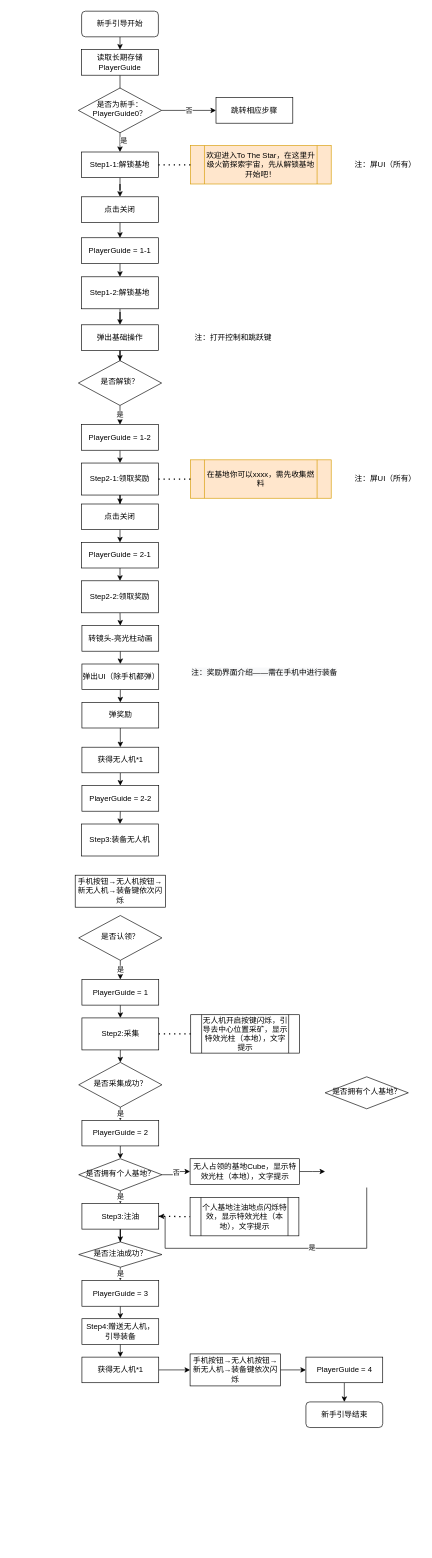
The draw.io diagram PlayerGuidev2.0.drawio in lilith-avatar-hyacinthhu/RushDuck, before the edit. Source tidied: cells renumbered, new cells numbered last; positions are measured from the earlier drawing's top-left corner, leaving out a move shared by most shapes. Both pictures are drawn from the tidied source at 64%, with x=0, y=0 at pixel (75, 11).
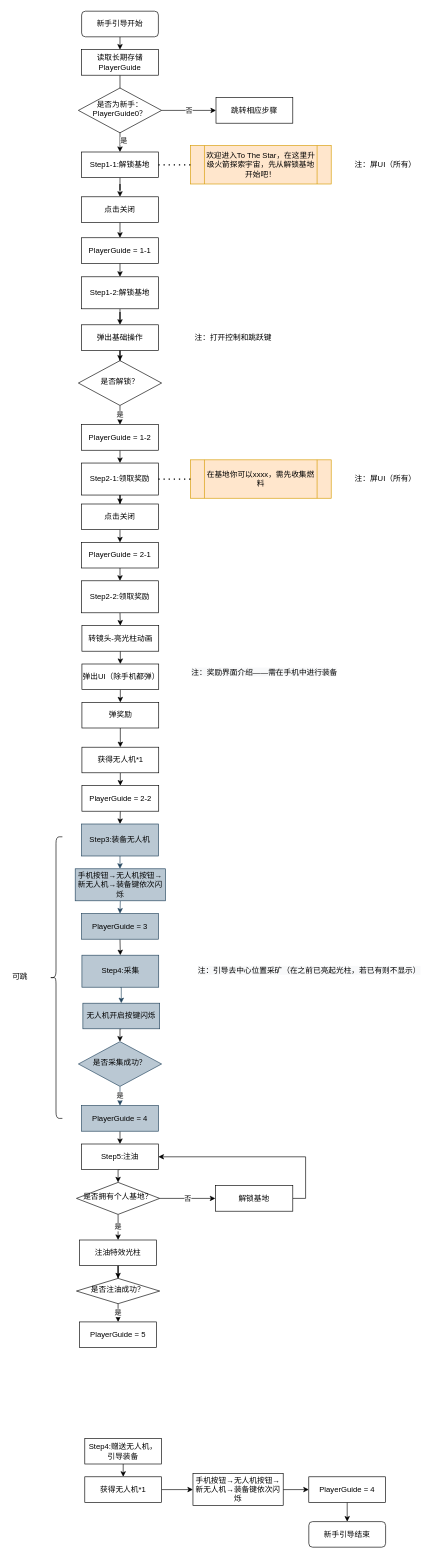
The same page after the edit.

Change to the diagram source:
```diff
@@
-    <mxCell id="12" value="是" style="edgeStyle=orthogonalEdgeStyle;rounded=0;jettySize=auto;html=1;exitX=0.5;exitY=1;exitDx=0;exitDy=0;entryX=0.5;entryY=0;entryDx=0;entryDy=0;" parent="1" edge="1" source="13" target="15">
-      <mxGeometry relative="1" as="geometry" />
-    </mxCell>
-    <mxCell id="13" value="是否认领？" style="rhombus;whiteSpace=wrap;html=1;shadow=0;fontFamily=Helvetica;fontSize=12;align=center;strokeWidth=1;spacing=6;spacingTop=-4;" parent="1" vertex="1">
-      <mxGeometry x="5.5" y="1413" width="130" height="70" as="geometry" />
-    </mxCell>
@@
-    <mxCell id="15" value="PlayerGuide = 1" style="rounded=0;whiteSpace=wrap;html=1;" parent="1" vertex="1">
-      <mxGeometry x="10.5" y="1513" width="120" height="40" as="geometry" />
+    <mxCell id="15" value="PlayerGuide = 3" style="rounded=0;whiteSpace=wrap;html=1;fillColor=#bac8d3;strokeColor=#23445d;" parent="1" vertex="1">
+      <mxGeometry x="10" y="1410" width="120" height="40" as="geometry" />
     </mxCell>
-    <mxCell id="16" style="edgeStyle=orthogonalEdgeStyle;rounded=0;jettySize=auto;html=1;exitX=0.5;exitY=1;exitDx=0;exitDy=0;entryX=0.5;entryY=0;entryDx=0;entryDy=0;" parent="1" edge="1" source="17" target="19">
-      <mxGeometry relative="1" as="geometry" />
-    </mxCell>
+    <mxCell id="90" style="edgeStyle=orthogonalEdgeStyle;rounded=0;jettySize=auto;html=1;exitX=0.5;exitY=1;exitDx=0;exitDy=0;entryX=0.5;entryY=0;entryDx=0;entryDy=0;fillColor=#bac8d3;strokeColor=#23445d;" parent="1" edge="1" source="17" target="96">
+      <mxGeometry relative="1" as="geometry" />
+    </mxCell>
-    <mxCell id="17" value="Step2:采集" style="rounded=0;whiteSpace=wrap;html=1;" parent="1" vertex="1">
-      <mxGeometry x="10.5" y="1573" width="120" height="50" as="geometry" />
+    <mxCell id="17" value="Step4:采集" style="rounded=0;whiteSpace=wrap;html=1;fillColor=#bac8d3;strokeColor=#23445d;" parent="1" vertex="1">
+      <mxGeometry x="10.5" y="1475" width="120" height="50" as="geometry" />
     </mxCell>
-    <mxCell id="18" value="是" style="edgeStyle=orthogonalEdgeStyle;rounded=0;jettySize=auto;html=1;exitX=0.5;exitY=1;exitDx=0;exitDy=0;entryX=0.5;entryY=0;entryDx=0;entryDy=0;" parent="1" edge="1" source="19" target="21">
+    <mxCell id="18" value="是" style="edgeStyle=orthogonalEdgeStyle;rounded=0;jettySize=auto;html=1;exitX=0.5;exitY=1;exitDx=0;exitDy=0;entryX=0.5;entryY=0;entryDx=0;entryDy=0;fillColor=#bac8d3;strokeColor=#23445d;" parent="1" edge="1" source="19" target="21">
       <mxGeometry relative="1" as="geometry" />
     </mxCell>
-    <mxCell id="19" value="是否采集成功？" style="rhombus;whiteSpace=wrap;html=1;shadow=0;fontFamily=Helvetica;fontSize=12;align=center;strokeWidth=1;spacing=6;spacingTop=-4;" parent="1" vertex="1">
-      <mxGeometry x="5.5" y="1642.5" width="130" height="70" as="geometry" />
+    <mxCell id="19" value="是否采集成功？" style="rhombus;whiteSpace=wrap;html=1;shadow=0;fontFamily=Helvetica;fontSize=12;align=center;strokeWidth=1;spacing=6;spacingTop=-4;fillColor=#bac8d3;strokeColor=#23445d;" parent="1" vertex="1">
+      <mxGeometry x="5" y="1610" width="130" height="70" as="geometry" />
     </mxCell>
-    <mxCell id="20" style="edgeStyle=orthogonalEdgeStyle;rounded=0;jettySize=auto;html=1;exitX=0.5;exitY=1;exitDx=0;exitDy=0;entryX=0.5;entryY=0;entryDx=0;entryDy=0;" parent="1" edge="1" source="21" target="45">
-      <mxGeometry relative="1" as="geometry" />
-    </mxCell>
+    <mxCell id="91" style="edgeStyle=orthogonalEdgeStyle;rounded=0;jettySize=auto;html=1;exitX=0.5;exitY=1;exitDx=0;exitDy=0;entryX=0.5;entryY=0;entryDx=0;entryDy=0;" parent="1" edge="1" source="21" target="99">
+      <mxGeometry relative="1" as="geometry" />
+    </mxCell>
-    <mxCell id="21" value="PlayerGuide = 2" style="rounded=0;whiteSpace=wrap;html=1;" parent="1" vertex="1">
-      <mxGeometry x="10.5" y="1733" width="120" height="40" as="geometry" />
+    <mxCell id="21" value="PlayerGuide = 4" style="rounded=0;whiteSpace=wrap;html=1;fillColor=#bac8d3;strokeColor=#23445d;" parent="1" vertex="1">
+      <mxGeometry x="10" y="1710" width="120" height="40" as="geometry" />
     </mxCell>
@@
-    <mxCell id="23" value="Step3:注油" style="rounded=0;whiteSpace=wrap;html=1;" parent="1" vertex="1">
-      <mxGeometry x="10.5" y="1863" width="120" height="40" as="geometry" />
+    <mxCell id="23" value="注油特效光柱" style="rounded=0;whiteSpace=wrap;html=1;" parent="1" vertex="1">
+      <mxGeometry x="7" y="1920" width="120" height="40" as="geometry" />
     </mxCell>
-    <mxCell id="24" value="是" style="edgeStyle=orthogonalEdgeStyle;rounded=0;jettySize=auto;html=1;exitX=0.5;exitY=1;exitDx=0;exitDy=0;" parent="1" edge="1" source="25">
-      <mxGeometry relative="1" as="geometry">
-        <mxPoint x="70.5" y="1983" as="targetPoint" />
-      </mxGeometry>
+    <mxCell id="24" value="是" style="edgeStyle=orthogonalEdgeStyle;rounded=0;jettySize=auto;html=1;exitX=0.5;exitY=1;exitDx=0;exitDy=0;" parent="1" edge="1" source="25" target="27">
+      <mxGeometry relative="1" as="geometry" />
     </mxCell>
     <mxCell id="25" value="是否注油成功？" style="rhombus;whiteSpace=wrap;html=1;shadow=0;fontFamily=Helvetica;fontSize=12;align=center;strokeWidth=1;spacing=6;spacingTop=-4;" parent="1" vertex="1">
-      <mxGeometry x="5.5" y="1923" width="130" height="39.5" as="geometry" />
+      <mxGeometry x="2" y="1980" width="130" height="39.5" as="geometry" />
     </mxCell>
-    <mxCell id="26" style="edgeStyle=orthogonalEdgeStyle;rounded=0;jettySize=auto;html=1;exitX=0.5;exitY=1;exitDx=0;exitDy=0;entryX=0.5;entryY=0;entryDx=0;entryDy=0;" parent="1" edge="1" source="27" target="29">
-      <mxGeometry relative="1" as="geometry" />
-    </mxCell>
-    <mxCell id="27" value="PlayerGuide = 3" style="rounded=0;whiteSpace=wrap;html=1;" parent="1" vertex="1">
-      <mxGeometry x="10.5" y="1983.5" width="120" height="40" as="geometry" />
+    <mxCell id="27" value="PlayerGuide = 5" style="rounded=0;whiteSpace=wrap;html=1;" parent="1" vertex="1">
+      <mxGeometry x="7" y="2048" width="120" height="40" as="geometry" />
     </mxCell>
@@
     <mxCell id="29" value="Step4:赠送无人机，引导装备" style="rounded=0;whiteSpace=wrap;html=1;" parent="1" vertex="1">
-      <mxGeometry x="10.5" y="2043" width="120" height="40" as="geometry" />
+      <mxGeometry x="15" y="2230" width="120" height="40" as="geometry" />
     </mxCell>
@@
     <mxCell id="31" value="获得无人机*1" style="rounded=0;whiteSpace=wrap;html=1;" parent="1" vertex="1">
-      <mxGeometry x="10.5" y="2103" width="120" height="40" as="geometry" />
+      <mxGeometry x="15" y="2290" width="120" height="40" as="geometry" />
     </mxCell>
@@
     <mxCell id="33" value="&lt;span style=&quot;font-family: &amp;#34;helvetica&amp;#34;&quot;&gt;手机按钮→无人机按钮→新无人机→装备键依次闪烁&lt;/span&gt;" style="rounded=0;whiteSpace=wrap;html=1;" parent="1" vertex="1">
-      <mxGeometry x="179.5" y="2098" width="141" height="50" as="geometry" />
+      <mxGeometry x="184" y="2285" width="141" height="50" as="geometry" />
     </mxCell>
@@
     <mxCell id="35" value="PlayerGuide = 4" style="rounded=0;whiteSpace=wrap;html=1;" parent="1" vertex="1">
-      <mxGeometry x="360.5" y="2103" width="120" height="40" as="geometry" />
+      <mxGeometry x="365" y="2290" width="120" height="40" as="geometry" />
     </mxCell>
@@
-    <mxCell id="39" value="无人机开启按键闪烁，引导去中心位置采矿，显示特效光柱（本地），文字提示" style="shape=process;whiteSpace=wrap;html=1;backgroundOutline=1;" parent="1" vertex="1">
-      <mxGeometry x="180.5" y="1568" width="170" height="60" as="geometry" />
-    </mxCell>
-    <mxCell id="40" style="endArrow=none;dashed=1;html=1;dashPattern=1 3;strokeWidth=2;exitX=1;exitY=0.5;exitDx=0;exitDy=0;entryX=0;entryY=0.5;entryDx=0;entryDy=0;" parent="1" edge="1" source="17" target="39">
-      <mxGeometry relative="1" as="geometry" />
-    </mxCell>
-    <mxCell id="41" value="个人基地注油地点闪烁特效，显示特效光柱（本地），文字提示" style="shape=process;whiteSpace=wrap;html=1;backgroundOutline=1;" parent="1" vertex="1">
-      <mxGeometry x="179.5" y="1853.5" width="170" height="60" as="geometry" />
-    </mxCell>
-    <mxCell id="42" style="endArrow=none;dashed=1;html=1;dashPattern=1 3;strokeWidth=2;exitX=1;exitY=0.5;exitDx=0;exitDy=0;entryX=0;entryY=0.5;entryDx=0;entryDy=0;" parent="1" edge="1" source="23" target="41">
-      <mxGeometry relative="1" as="geometry" />
-    </mxCell>
@@
     <mxCell id="45" value="是否拥有个人基地？" style="rhombus;whiteSpace=wrap;html=1;shadow=0;fontFamily=Helvetica;fontSize=12;align=center;strokeWidth=1;spacing=6;spacingTop=-4;" parent="1" vertex="1">
-      <mxGeometry x="5.5" y="1793" width="130" height="50" as="geometry" />
+      <mxGeometry x="2" y="1830" width="130" height="50" as="geometry" />
     </mxCell>
-    <mxCell id="46" style="edgeStyle=orthogonalEdgeStyle;rounded=0;jettySize=auto;html=1;exitX=1;exitY=0.5;exitDx=0;exitDy=0;entryX=0;entryY=0.5;entryDx=0;entryDy=0;" parent="1" edge="1" source="47">
-      <mxGeometry relative="1" as="geometry">
-        <mxPoint x="390.5" y="1813" as="targetPoint" />
-      </mxGeometry>
-    </mxCell>
+    <mxCell id="92" style="edgeStyle=orthogonalEdgeStyle;rounded=0;jettySize=auto;html=1;exitX=1;exitY=0.5;exitDx=0;exitDy=0;entryX=1;entryY=0.5;entryDx=0;entryDy=0;" parent="1" edge="1" source="47" target="99">
+      <mxGeometry relative="1" as="geometry" />
+    </mxCell>
-    <mxCell id="47" value="无人占领的基地Cube，显示特效光柱（本地），文字提示" style="rounded=0;whiteSpace=wrap;html=1;" parent="1" vertex="1">
-      <mxGeometry x="179.5" y="1793" width="171" height="40" as="geometry" />
+    <mxCell id="47" value="解锁基地" style="rounded=0;whiteSpace=wrap;html=1;" parent="1" vertex="1">
+      <mxGeometry x="219" y="1835" width="121" height="40" as="geometry" />
     </mxCell>
-    <mxCell id="48" style="edgeStyle=orthogonalEdgeStyle;rounded=0;orthogonalLoop=1;jettySize=auto;html=1;exitX=0.5;exitY=1;exitDx=0;exitDy=0;" parent="1" edge="1">
-      <mxGeometry relative="1" as="geometry">
-        <mxPoint x="455.5" y="1838" as="sourcePoint" />
-        <mxPoint x="130.5" y="1883" as="targetPoint" />
-        <Array as="points">
-          <mxPoint x="455.5" y="1933" />
-          <mxPoint x="140.5" y="1933" />
-          <mxPoint x="140.5" y="1883" />
-        </Array>
-      </mxGeometry>
-    </mxCell>
-    <mxCell id="49" value="是" style="edgeLabel;html=1;align=center;verticalAlign=middle;" parent="48" vertex="1">
-      <mxGeometry x="-0.23" y="-2" relative="1" as="geometry" />
-    </mxCell>
-    <mxCell id="50" value="是否拥有个人基地？" style="rhombus;whiteSpace=wrap;html=1;shadow=0;fontFamily=Helvetica;fontSize=12;align=center;strokeWidth=1;spacing=6;spacingTop=-4;" parent="1" vertex="1">
-      <mxGeometry x="390.5" y="1665" width="130" height="50" as="geometry" />
-    </mxCell>
     <mxCell id="51" value="新手引导结束" style="rounded=1;whiteSpace=wrap;html=1;fontSize=12;glass=0;strokeWidth=1;shadow=0;" parent="1" vertex="1">
-      <mxGeometry x="360.5" y="2173" width="120" height="40" as="geometry" />
+      <mxGeometry x="365" y="2360" width="120" height="40" as="geometry" />
     </mxCell>
@@
+    <mxCell id="93" style="edgeStyle=orthogonalEdgeStyle;rounded=0;jettySize=auto;html=1;exitX=0.5;exitY=1;exitDx=0;exitDy=0;entryX=0.5;entryY=0;entryDx=0;entryDy=0;fillColor=#bac8d3;strokeColor=#23445d;" parent="1" edge="1" source="75" target="15">
+      <mxGeometry relative="1" as="geometry" />
+    </mxCell>
-    <mxCell id="75" value="&lt;span style=&quot;font-family: &amp;#34;helvetica&amp;#34;&quot;&gt;手机按钮→无人机按钮→新无人机→装备键依次闪烁&lt;/span&gt;" style="rounded=0;whiteSpace=wrap;html=1;" parent="1" vertex="1">
-      <mxGeometry y="1350" width="141" height="50" as="geometry" />
+    <mxCell id="75" value="&lt;span style=&quot;font-family: &amp;#34;helvetica&amp;#34;&quot;&gt;手机按钮→无人机按钮→新无人机→装备键依次闪烁&lt;/span&gt;" style="rounded=0;whiteSpace=wrap;html=1;fillColor=#bac8d3;strokeColor=#23445d;" parent="1" vertex="1">
+      <mxGeometry y="1340" width="141" height="50" as="geometry" />
     </mxCell>
+    <mxCell id="94" style="edgeStyle=orthogonalEdgeStyle;rounded=0;jettySize=auto;html=1;exitX=0.5;exitY=1;exitDx=0;exitDy=0;fillColor=#bac8d3;strokeColor=#23445d;" parent="1" edge="1" source="76" target="75">
+      <mxGeometry relative="1" as="geometry" />
+    </mxCell>
-    <mxCell id="76" value="Step3:装备无人机" style="rounded=0;whiteSpace=wrap;html=1;" parent="1" vertex="1">
+    <mxCell id="76" value="Step3:装备无人机" style="rounded=0;whiteSpace=wrap;html=1;fillColor=#bac8d3;strokeColor=#23445d;" parent="1" vertex="1">
       <mxGeometry x="10" y="1270" width="120" height="50" as="geometry" />
     </mxCell>
@@
+    <mxCell id="95" style="edgeStyle=orthogonalEdgeStyle;rounded=0;jettySize=auto;html=1;exitX=0.5;exitY=1;exitDx=0;exitDy=0;entryX=0.5;entryY=0;entryDx=0;entryDy=0;" parent="1" edge="1" source="96" target="19">
+      <mxGeometry relative="1" as="geometry" />
+    </mxCell>
+    <mxCell id="96" value="&lt;span style=&quot;font-family: &amp;#34;helvetica&amp;#34;&quot;&gt;无人机开启按键闪烁&lt;/span&gt;" style="rounded=0;whiteSpace=wrap;html=1;fillColor=#bac8d3;strokeColor=#23445d;" parent="1" vertex="1">
+      <mxGeometry x="12" y="1550" width="120" height="40" as="geometry" />
+    </mxCell>
+    <mxCell id="97" value="&lt;span style=&quot;color: rgb(0 , 0 , 0) ; font-family: &amp;#34;helvetica&amp;#34; ; font-size: 12px ; font-style: normal ; font-weight: 400 ; letter-spacing: normal ; text-align: center ; text-indent: 0px ; text-transform: none ; word-spacing: 0px ; background-color: rgb(248 , 249 , 250) ; display: inline ; float: none&quot;&gt;注：引导去中心位置采矿（在之前已亮起光柱，若已有则不显示）&lt;/span&gt;" style="text;whiteSpace=wrap;html=1;" parent="1" vertex="1">
+      <mxGeometry x="190" y="1485" width="350" height="30" as="geometry" />
+    </mxCell>
+    <mxCell id="98" style="edgeStyle=orthogonalEdgeStyle;rounded=0;jettySize=auto;html=1;exitX=0.5;exitY=1;exitDx=0;exitDy=0;entryX=0.5;entryY=0;entryDx=0;entryDy=0;" parent="1" edge="1" source="99" target="45">
+      <mxGeometry relative="1" as="geometry" />
+    </mxCell>
+    <mxCell id="99" value="Step5:注油" style="rounded=0;whiteSpace=wrap;html=1;" parent="1" vertex="1">
+      <mxGeometry x="10" y="1770" width="120" height="40" as="geometry" />
+    </mxCell>
+    <mxCell id="100" style="shape=curlyBracket;whiteSpace=wrap;html=1;rounded=1;" parent="1" vertex="1">
+      <mxGeometry x="-40" y="1290" width="20" height="440" as="geometry" />
+    </mxCell>
+    <mxCell id="101" value="&lt;div style=&quot;text-align: center&quot;&gt;&lt;span&gt;&lt;font face=&quot;helvetica&quot;&gt;可跳&lt;/font&gt;&lt;/span&gt;&lt;/div&gt;" style="text;whiteSpace=wrap;html=1;" parent="1" vertex="1">
+      <mxGeometry x="-100" y="1495" width="60" height="30" as="geometry" />
+    </mxCell>
```
